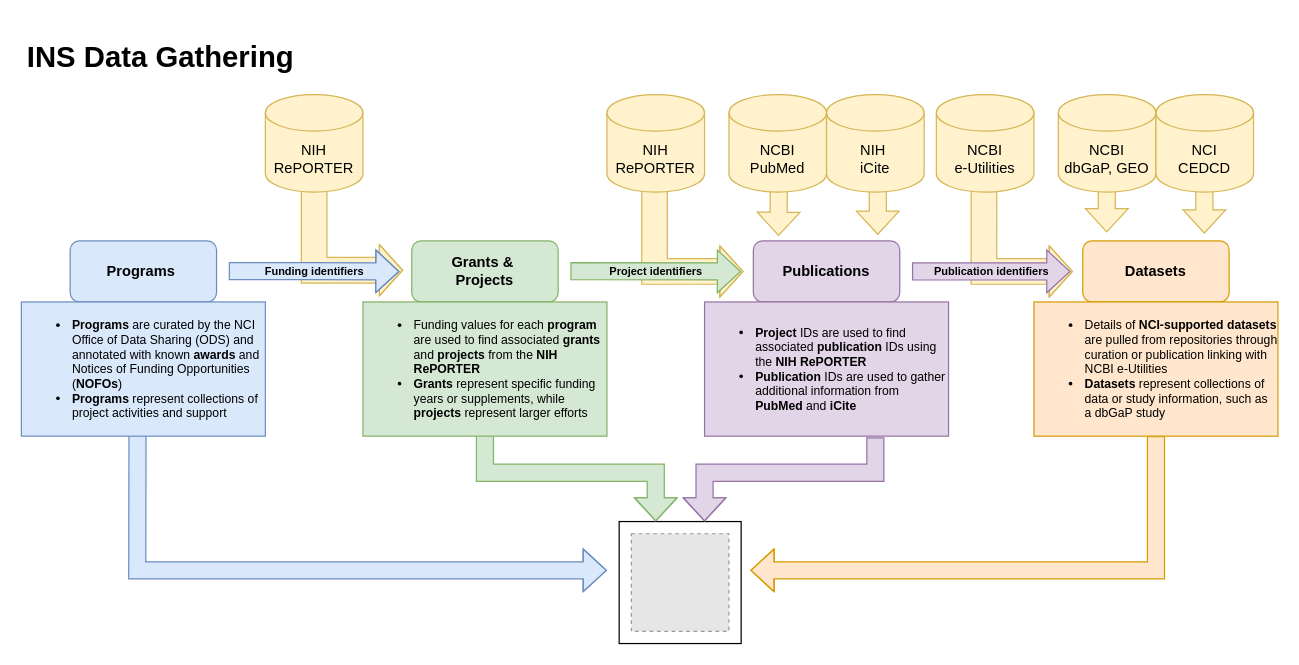
This is images/ins-data-gathering-simple.drawio from CBIIT/INS-Data, a draw.io file, before an edit. Source tidied: cells renumbered, new cells numbered last; positions are measured from the earlier drawing's top-left corner, leaving out a move shared by most shapes. Both pictures are drawn from the tidied source at 122%, with x=0, y=0 at pixel (21, 33). Pictures stored in the file or linked from it are replaced by grey dashed boxes.
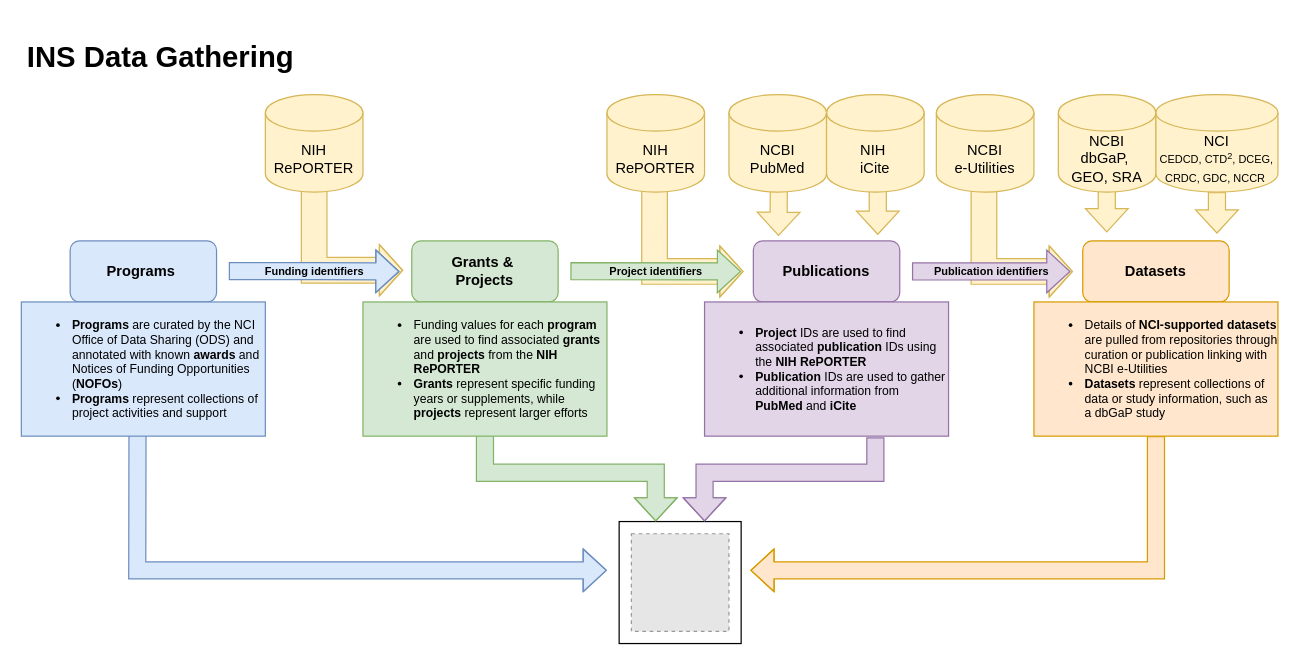
Above is the later version.

The change refers to these unchanged cells:
```xml
<mxCell id="19" value="&lt;ul style=&quot;font-size: 10px;&quot;&gt;&lt;li style=&quot;font-size: 10px;&quot;&gt;Details of&amp;nbsp;&lt;b&gt;NCI-supported datasets &lt;/b&gt;are&amp;nbsp;pulled from repositories through curation or publication linking with NCBI e-Utilities&lt;/li&gt;&lt;li style=&quot;font-size: 10px;&quot;&gt;&lt;b&gt;Datasets&lt;/b&gt;&amp;nbsp;represent collections of data or study information, such as a dbGaP study&lt;/li&gt;&lt;/ul&gt;" style="rounded=0;whiteSpace=wrap;html=1;align=left;fontSize=10;fillColor=#ffe6cc;strokeColor=#d79b00;" parent="1" vertex="1">
  <mxGeometry x="830" y="220" width="200" height="110" as="geometry" />
</mxCell>
```

What changed in the source:
```diff
@@
-    <mxCell id="2" style="shape=flexArrow;endArrow=classic;html=1;rounded=0;width=14;fillColor=#fff2cc;strokeColor=#d6b656;entryX=0.172;entryY=-0.08;entryDx=0;entryDy=0;entryPerimeter=0;" parent="1" edge="1">
+    <mxCell id="2" style="shape=flexArrow;endArrow=classic;html=1;rounded=0;width=14;fillColor=#fff2cc;strokeColor=#d6b656;" parent="1" edge="1" source="32">
       <mxGeometry relative="1" as="geometry">
-        <mxPoint x="969.7" y="102" as="sourcePoint" />
-        <mxPoint x="969.7" y="164" as="targetPoint" />
+        <mxPoint x="980" y="164" as="targetPoint" />
       </mxGeometry>
     </mxCell>
@@
-    <mxCell id="20" value="NCBI&lt;div&gt;dbGaP, GEO&lt;/div&gt;" style="shape=cylinder3;whiteSpace=wrap;html=1;boundedLbl=1;backgroundOutline=1;size=15;fillColor=#fff2cc;strokeColor=#d6b656;" parent="1" vertex="1">
+    <mxCell id="20" value="NCBI&lt;div&gt;dbGaP,&amp;nbsp;&lt;/div&gt;&lt;div&gt;GEO, SRA&lt;/div&gt;" style="shape=cylinder3;whiteSpace=wrap;html=1;boundedLbl=1;backgroundOutline=1;size=15;fillColor=#fff2cc;strokeColor=#d6b656;" parent="1" vertex="1">
       <mxGeometry x="850" y="50" width="80" height="80" as="geometry" />
     </mxCell>
@@
+    <mxCell id="33" style="shape=flexArrow;endArrow=classic;html=1;rounded=0;fontStyle=1;fontSize=9;width=14;fillColor=#ffe6cc;strokeColor=#d79b00;labelBackgroundColor=none;exitX=0.5;exitY=1;exitDx=0;exitDy=0;" parent="1" edge="1" source="19">
+      <mxGeometry relative="1" as="geometry">
+        <mxPoint x="597.5" y="440" as="targetPoint" />
+        <Array as="points">
+          <mxPoint x="930" y="440" />
+        </Array>
+      </mxGeometry>
+    </mxCell>
-    <mxCell id="32" value="NCI&lt;div&gt;CEDCD&lt;/div&gt;" style="shape=cylinder3;whiteSpace=wrap;html=1;boundedLbl=1;backgroundOutline=1;size=15;fillColor=#fff2cc;strokeColor=#d6b656;" parent="1" vertex="1">
-      <mxGeometry x="930" y="50" width="80" height="80" as="geometry" />
+    <mxCell id="32" value="NCI&lt;div&gt;&lt;div&gt;&lt;font style=&quot;&quot;&gt;&lt;font style=&quot;font-size: 9px;&quot;&gt;CEDCD,&amp;nbsp;&lt;span style=&quot;background-color: transparent; color: light-dark(rgb(0, 0, 0), rgb(255, 255, 255));&quot;&gt;CTD&lt;/span&gt;&lt;sup style=&quot;background-color: transparent; color: light-dark(rgb(0, 0, 0), rgb(255, 255, 255));&quot;&gt;2&lt;/sup&gt;&lt;span style=&quot;background-color: transparent; color: light-dark(rgb(0, 0, 0), rgb(255, 255, 255));&quot;&gt;, DCEG, CRDC, GDC, NCCR&lt;/span&gt;&lt;/font&gt;&lt;span style=&quot;font-size: 8px; background-color: transparent; color: light-dark(rgb(0, 0, 0), rgb(255, 255, 255));&quot;&gt;&amp;nbsp;&lt;/span&gt;&lt;/font&gt;&lt;/div&gt;&lt;/div&gt;" style="shape=cylinder3;whiteSpace=wrap;html=1;boundedLbl=1;backgroundOutline=1;size=15;fillColor=#fff2cc;strokeColor=#d6b656;" parent="1" vertex="1">
+      <mxGeometry x="930" y="50" width="100" height="80" as="geometry" />
     </mxCell>
-    <mxCell id="33" style="shape=flexArrow;endArrow=classic;html=1;rounded=0;fontStyle=1;fontSize=9;width=14;fillColor=#ffe6cc;strokeColor=#d79b00;labelBackgroundColor=none;exitX=0.5;exitY=1;exitDx=0;exitDy=0;" parent="1" edge="1" source="19">
-      <mxGeometry relative="1" as="geometry">
-        <mxPoint x="597.5" y="440" as="targetPoint" />
-        <Array as="points">
-          <mxPoint x="930" y="440" />
-        </Array>
-      </mxGeometry>
-    </mxCell>
```
